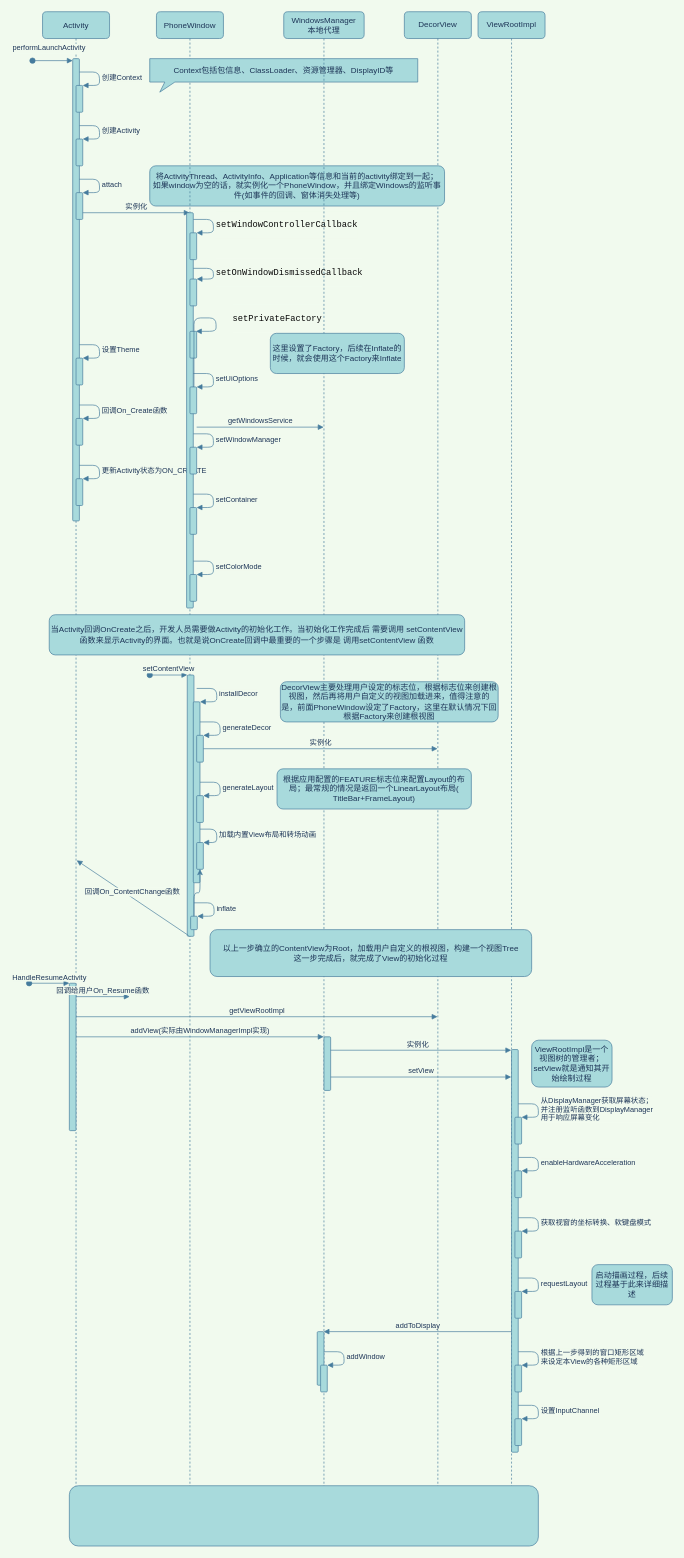
Earlier version of the draw.io diagram 安卓视窗系统渲染架构分析.drawio (dlwanghw/diagram). Source tidied: cells renumbered, new cells numbered last; positions are measured from the earlier drawing's top-left corner, leaving out a move shared by most shapes. Both pictures are drawn from the tidied source at 67%, with x=0, y=0 at pixel (29, 11).
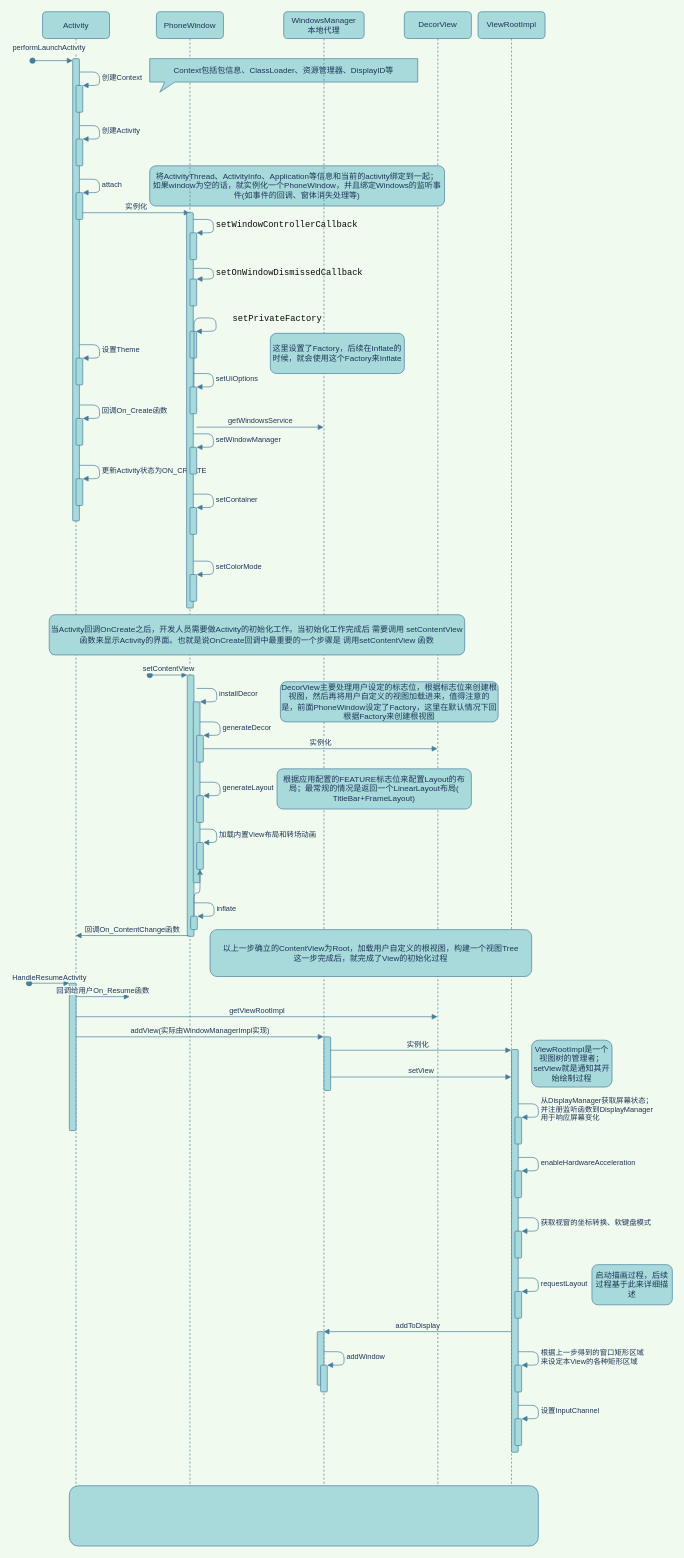
The same diagram, later.

Commit message:
Update 安卓视窗系统渲染架构分析.drawio

Unchanged cells that the change refers to:
```xml
<mxCell id="4" value="Activity" style="shape=umlLifeline;perimeter=lifelinePerimeter;rounded=1;shadow=0;strokeWidth=1;fillColor=#A8DADC;strokeColor=#457B9D;fontColor=#1D3557;" parent="1" vertex="1">
  <mxGeometry x="20" width="100" height="2270" as="geometry" />
</mxCell>
<mxCell id="42" style="html=1;points=[];perimeter=orthogonalPerimeter;rounded=1;fillColor=#A8DADC;strokeColor=#457B9D;fontColor=#1D3557;" parent="41" vertex="1">
  <mxGeometry x="236" y="990" width="10" height="390" as="geometry" />
</mxCell>
```

Diff of the diagram source:
```diff
@@
-    <mxCell id="56" value="回调On_ContentChange函数" style="html=1;verticalAlign=bottom;endArrow=block;rounded=1;entryX=0.51;entryY=0.558;entryDx=0;entryDy=0;entryPerimeter=0;exitX=0.2;exitY=0.997;exitDx=0;exitDy=0;exitPerimeter=0;labelBackgroundColor=#F1FAEE;strokeColor=#457B9D;fontColor=#1D3557;" parent="41" edge="1" source="42" target="4">
+    <mxCell id="56" value="回调On_ContentChange函数" style="html=1;verticalAlign=bottom;endArrow=block;rounded=1;exitX=0.2;exitY=0.997;exitDx=0;exitDy=0;exitPerimeter=0;labelBackgroundColor=#F1FAEE;strokeColor=#457B9D;fontColor=#1D3557;" parent="41" edge="1" source="42" target="4">
       <mxGeometry relative="1" as="geometry" />
     </mxCell>
```
